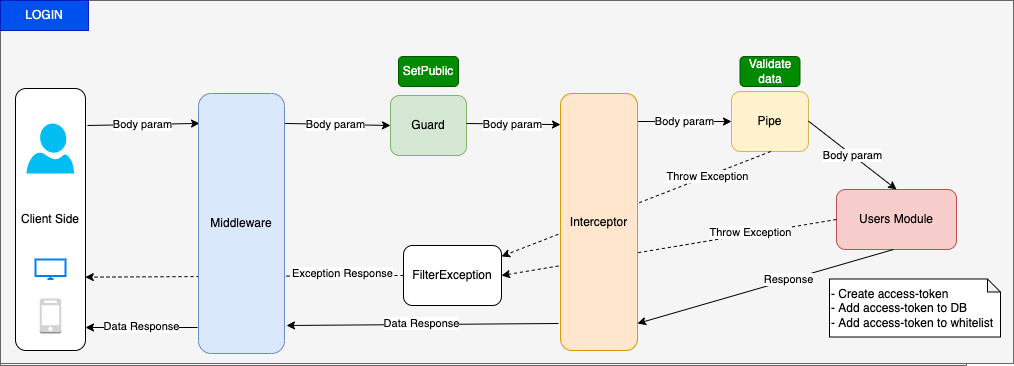
This is LoginFunction.drawio.png from vnbrew/quynd-car-rent-nestjs, a draw.io export, as it was before one commit. Source tidied: cells renumbered, new cells last; positions are measured from the earlier drawing's top-left corner, leaving out a move shared by most shapes. Source of this version:
```xml
<mxGraphModel shadow="1">
  <root>
    <mxCell id="0" />
    <mxCell id="1" parent="0" />
    <mxCell id="2" style="edgeStyle=none;html=1;exitX=0.5;exitY=1;exitDx=0;exitDy=0;entryX=0.5;entryY=0;entryDx=0;entryDy=0;rounded=1;strokeColor=#FF9999;" parent="1" edge="1">
      <mxGeometry relative="1" as="geometry">
        <mxPoint x="191" as="targetPoint" />
      </mxGeometry>
    </mxCell>
    <mxCell id="3" style="whiteSpace=wrap;html=1;align=center;newEdgeStyle={&quot;edgeStyle&quot;:&quot;elbowEdgeStyle&quot;,&quot;startArrow&quot;:&quot;none&quot;,&quot;endArrow&quot;:&quot;none&quot;};fillColor=#f5f5f5;fontColor=#333333;strokeColor=#666666;" parent="1" vertex="1">
      <mxGeometry y="78" width="966" height="288" as="geometry" />
    </mxCell>
    <mxCell id="4" value="Client Side" style="rounded=1;whiteSpace=wrap;html=1;" parent="1" vertex="1">
      <mxGeometry x="15" y="89" width="70" height="262" as="geometry" />
    </mxCell>
    <mxCell id="5" value="Request" style="endArrow=classic;html=1;rounded=0;entryX=0;entryY=0.5;entryDx=0;entryDy=0;" parent="1" edge="1" target="6">
      <mxGeometry x="-0.04" y="12" relative="1" as="geometry">
        <mxPoint x="87" y="126" as="sourcePoint" />
      </mxGeometry>
    </mxCell>
    <mxCell id="6" value="Middleware" style="rounded=1;whiteSpace=wrap;html=1;fillColor=#dae8fc;strokeColor=#6c8ebf;" parent="1" vertex="1">
      <mxGeometry x="210" y="96" width="86" height="60" as="geometry" />
    </mxCell>
    <mxCell id="7" value="Guard" style="rounded=1;whiteSpace=wrap;html=1;fillColor=#d5e8d4;strokeColor=#82b366;" parent="1" vertex="1">
      <mxGeometry x="390" y="96" width="76" height="60" as="geometry" />
    </mxCell>
    <mxCell id="8" value="Request" style="endArrow=classic;html=1;rounded=0;exitX=1;exitY=0.5;exitDx=0;exitDy=0;entryX=0;entryY=0.5;entryDx=0;entryDy=0;" parent="1" edge="1" source="6" target="7">
      <mxGeometry x="-0.06" y="17" relative="1" as="geometry">
        <mxPoint y="1" as="offset" />
      </mxGeometry>
    </mxCell>
    <mxCell id="9" value="Interceptor" style="rounded=1;whiteSpace=wrap;html=1;fillColor=#ffe6cc;strokeColor=#d79b00;" parent="1" vertex="1">
      <mxGeometry x="560" y="94" width="77" height="60" as="geometry" />
    </mxCell>
    <mxCell id="10" value="Request" style="endArrow=classic;html=1;rounded=0;exitX=1;exitY=0.5;exitDx=0;exitDy=0;entryX=0;entryY=0.5;entryDx=0;entryDy=0;" parent="1" edge="1" target="9">
      <mxGeometry x="-0.06" y="17" relative="1" as="geometry">
        <mxPoint x="466" y="124" as="sourcePoint" />
        <mxPoint y="1" as="offset" />
      </mxGeometry>
    </mxCell>
    <mxCell id="11" value="Pipe" style="rounded=1;whiteSpace=wrap;html=1;fillColor=#fff2cc;strokeColor=#d6b656;" parent="1" vertex="1">
      <mxGeometry x="731" y="92" width="77" height="60" as="geometry" />
    </mxCell>
    <mxCell id="12" value="Request" style="endArrow=classic;html=1;rounded=0;exitX=1;exitY=0.5;exitDx=0;exitDy=0;entryX=0;entryY=0.5;entryDx=0;entryDy=0;" parent="1" edge="1" target="11">
      <mxGeometry x="-0.06" y="17" relative="1" as="geometry">
        <mxPoint x="637" y="122" as="sourcePoint" />
        <mxPoint y="1" as="offset" />
      </mxGeometry>
    </mxCell>
    <mxCell id="13" value="Module" style="rounded=1;whiteSpace=wrap;html=1;fillColor=#f8cecc;strokeColor=#b85450;" parent="1" vertex="1">
      <mxGeometry x="836" y="190" width="120" height="60" as="geometry" />
    </mxCell>
    <mxCell id="14" value="Interceptor" style="rounded=1;whiteSpace=wrap;html=1;fillColor=#ffe6cc;strokeColor=#d79b00;" parent="1" vertex="1">
      <mxGeometry x="558" y="294" width="79" height="60" as="geometry" />
    </mxCell>
    <mxCell id="15" value="Request" style="endArrow=classic;html=1;rounded=0;exitX=1;exitY=0.5;exitDx=0;exitDy=0;entryX=0.5;entryY=0;entryDx=0;entryDy=0;" parent="1" edge="1" target="13">
      <mxGeometry x="0.59" y="33" relative="1" as="geometry">
        <mxPoint x="808" y="121.6" as="sourcePoint" />
      </mxGeometry>
    </mxCell>
    <mxCell id="16" value="Response" style="endArrow=classic;html=1;rounded=0;exitX=1;exitY=0.5;exitDx=0;exitDy=0;entryX=1;entryY=0.5;entryDx=0;entryDy=0;" parent="1" edge="1" target="14">
      <mxGeometry x="-0.02" y="19" relative="1" as="geometry">
        <mxPoint x="893" y="250" as="sourcePoint" />
      </mxGeometry>
    </mxCell>
    <mxCell id="17" value="FilterException" style="rounded=1;whiteSpace=wrap;html=1;" parent="1" vertex="1">
      <mxGeometry x="445" y="246" width="98" height="60" as="geometry" />
    </mxCell>
    <mxCell id="18" value="Data Response" style="endArrow=classic;html=1;rounded=0;exitX=0;exitY=0.5;exitDx=0;exitDy=0;" parent="1" edge="1" source="14">
      <mxGeometry x="0.17" y="18" relative="1" as="geometry">
        <mxPoint x="86" y="324" as="targetPoint" />
      </mxGeometry>
    </mxCell>
    <mxCell id="19" value="Exception Response" style="endArrow=classic;html=1;rounded=0;dashed=1;exitX=0;exitY=0.5;exitDx=0;exitDy=0;entryX=0.997;entryY=0.72;entryDx=0;entryDy=0;entryPerimeter=0;" parent="1" edge="1" source="17" target="4">
      <mxGeometry x="0.16" y="-8" relative="1" as="geometry" />
    </mxCell>
    <mxCell id="20" value="Throw Exception" style="endArrow=classic;html=1;rounded=0;dashed=1;exitX=0.5;exitY=1;exitDx=0;exitDy=0;entryX=0;entryY=0;entryDx=0;entryDy=0;" parent="1" edge="1" source="6" target="17">
      <mxGeometry x="-0.23" y="-33" relative="1" as="geometry" />
    </mxCell>
    <mxCell id="21" value="Throw Exception" style="endArrow=classic;html=1;rounded=0;dashed=1;exitX=0.5;exitY=1;exitDx=0;exitDy=0;entryX=0.5;entryY=0;entryDx=0;entryDy=0;" parent="1" edge="1" source="7" target="17">
      <mxGeometry x="0.08" y="-16" relative="1" as="geometry" />
    </mxCell>
    <mxCell id="22" value="Throw Exception" style="endArrow=classic;html=1;rounded=0;dashed=1;exitX=0.5;exitY=1;exitDx=0;exitDy=0;" parent="1" edge="1" target="17">
      <mxGeometry x="0.08" y="-16" relative="1" as="geometry">
        <mxPoint x="599" y="154" as="sourcePoint" />
      </mxGeometry>
    </mxCell>
    <mxCell id="23" value="Throw Exception" style="endArrow=classic;html=1;rounded=0;dashed=1;exitX=0.5;exitY=1;exitDx=0;exitDy=0;" parent="1" edge="1" target="17">
      <mxGeometry x="-0.11" y="1" relative="1" as="geometry">
        <mxPoint x="770.2" y="152" as="sourcePoint" />
      </mxGeometry>
    </mxCell>
    <mxCell id="24" value="Throw Exception" style="endArrow=classic;html=1;rounded=0;dashed=1;exitX=0;exitY=0.5;exitDx=0;exitDy=0;entryX=1;entryY=0.5;entryDx=0;entryDy=0;" parent="1" edge="1" source="13" target="17">
      <mxGeometry x="-0.11" y="1" relative="1" as="geometry" />
    </mxCell>
    <mxCell id="25" style="verticalLabelPosition=bottom;html=1;verticalAlign=top;align=center;strokeColor=none;fillColor=#00BEF2;shape=mxgraph.azure.user;" parent="1" vertex="1">
      <mxGeometry x="26" y="124" width="47.5" height="50" as="geometry" />
    </mxCell>
    <mxCell id="26" style="html=1;verticalLabelPosition=bottom;align=center;labelBackgroundColor=#ffffff;verticalAlign=top;strokeWidth=2;strokeColor=#0080F0;shadow=0;dashed=0;shape=mxgraph.ios7.icons.monitor;" parent="1" vertex="1">
      <mxGeometry x="35" y="260" width="30" height="19.5" as="geometry" />
    </mxCell>
    <mxCell id="27" style="dashed=0;verticalLabelPosition=bottom;verticalAlign=top;align=center;html=1;shape=mxgraph.aws3.mobile_client;fillColor=#D2D3D3;gradientColor=none;" parent="1" vertex="1">
      <mxGeometry x="39.2" y="299" width="21.5" height="35" as="geometry" />
    </mxCell>
    <mxCell id="28" style="whiteSpace=wrap;html=1;align=center;newEdgeStyle={&quot;edgeStyle&quot;:&quot;elbowEdgeStyle&quot;,&quot;startArrow&quot;:&quot;none&quot;,&quot;endArrow&quot;:&quot;none&quot;};fillColor=#f5f5f5;fontColor=#333333;strokeColor=#666666;" parent="1" vertex="1">
      <mxGeometry y="1" width="1013" height="363" as="geometry" />
    </mxCell>
    <mxCell id="29" value="Client Side" style="rounded=1;whiteSpace=wrap;html=1;" parent="1" vertex="1">
      <mxGeometry x="15" y="89" width="70" height="262" as="geometry" />
    </mxCell>
    <mxCell id="30" value="Body param" style="endArrow=classic;html=1;rounded=0;entryX=0.012;entryY=0.115;entryDx=0;entryDy=0;entryPerimeter=0;" parent="1" edge="1" target="53">
      <mxGeometry x="-0.02" relative="1" as="geometry">
        <mxPoint x="87" y="126" as="sourcePoint" />
      </mxGeometry>
    </mxCell>
    <mxCell id="31" value="Guard" style="rounded=1;whiteSpace=wrap;html=1;fillColor=#d5e8d4;strokeColor=#82b366;" parent="1" vertex="1">
      <mxGeometry x="390" y="96" width="76" height="60" as="geometry" />
    </mxCell>
    <mxCell id="32" value="Body param" style="endArrow=classic;html=1;rounded=0;exitX=0.977;exitY=0.115;exitDx=0;exitDy=0;entryX=0;entryY=0.5;entryDx=0;entryDy=0;exitPerimeter=0;" parent="1" edge="1" source="53" target="31">
      <mxGeometry x="-0.02" relative="1" as="geometry" />
    </mxCell>
    <mxCell id="33" value="Body param" style="endArrow=classic;html=1;rounded=0;exitX=1;exitY=0.5;exitDx=0;exitDy=0;entryX=0;entryY=0.121;entryDx=0;entryDy=0;entryPerimeter=0;" parent="1" edge="1" target="51">
      <mxGeometry x="-0.02" relative="1" as="geometry">
        <mxPoint x="466" y="124" as="sourcePoint" />
      </mxGeometry>
    </mxCell>
    <mxCell id="34" value="Pipe" style="rounded=1;whiteSpace=wrap;html=1;fillColor=#fff2cc;strokeColor=#d6b656;" parent="1" vertex="1">
      <mxGeometry x="731" y="92" width="77" height="60" as="geometry" />
    </mxCell>
    <mxCell id="35" value="Body param" style="endArrow=classic;html=1;rounded=0;exitX=1;exitY=0.5;exitDx=0;exitDy=0;entryX=0;entryY=0.5;entryDx=0;entryDy=0;" parent="1" edge="1" target="34">
      <mxGeometry relative="1" as="geometry">
        <mxPoint x="637" y="122" as="sourcePoint" />
      </mxGeometry>
    </mxCell>
    <mxCell id="36" value="Users Module" style="rounded=1;whiteSpace=wrap;html=1;fillColor=#f8cecc;strokeColor=#b85450;" parent="1" vertex="1">
      <mxGeometry x="836" y="190" width="120" height="60" as="geometry" />
    </mxCell>
    <mxCell id="37" value="Body param" style="endArrow=classic;html=1;rounded=0;exitX=1;exitY=0.5;exitDx=0;exitDy=0;entryX=0.5;entryY=0;entryDx=0;entryDy=0;" parent="1" edge="1" target="36">
      <mxGeometry relative="1" as="geometry">
        <mxPoint x="808" y="121.6" as="sourcePoint" />
      </mxGeometry>
    </mxCell>
    <mxCell id="38" value="Response" style="endArrow=classic;html=1;rounded=0;exitX=1;exitY=0.5;exitDx=0;exitDy=0;entryX=1;entryY=0.5;entryDx=0;entryDy=0;" parent="1" edge="1">
      <mxGeometry x="-0.18" relative="1" as="geometry">
        <mxPoint x="893" y="250" as="sourcePoint" />
        <mxPoint x="637" y="324" as="targetPoint" />
      </mxGeometry>
    </mxCell>
    <mxCell id="39" value="FilterException" style="rounded=1;whiteSpace=wrap;html=1;" parent="1" vertex="1">
      <mxGeometry x="403" y="246" width="98" height="60" as="geometry" />
    </mxCell>
    <mxCell id="40" value="Data Response" style="endArrow=classic;html=1;rounded=0;exitX=0;exitY=0.5;exitDx=0;exitDy=0;" parent="1" edge="1">
      <mxGeometry x="0.01" y="-1" relative="1" as="geometry">
        <mxPoint x="558" y="324" as="sourcePoint" />
        <mxPoint x="286" y="326" as="targetPoint" />
      </mxGeometry>
    </mxCell>
    <mxCell id="41" value="Exception Response" style="endArrow=classic;html=1;rounded=0;dashed=1;exitX=0;exitY=0.5;exitDx=0;exitDy=0;entryX=0.997;entryY=0.72;entryDx=0;entryDy=0;entryPerimeter=0;" parent="1" edge="1" source="39" target="29">
      <mxGeometry x="-0.62" y="-2" relative="1" as="geometry" />
    </mxCell>
    <mxCell id="42" value="Throw Exception" style="endArrow=classic;html=1;rounded=0;dashed=1;exitX=0.5;exitY=1;exitDx=0;exitDy=0;" parent="1" edge="1" target="39">
      <mxGeometry x="-0.54" y="1" relative="1" as="geometry">
        <mxPoint x="770.2" y="152" as="sourcePoint" />
        <mxPoint x="-1" as="offset" />
      </mxGeometry>
    </mxCell>
    <mxCell id="43" value="Throw Exception" style="endArrow=classic;html=1;rounded=0;dashed=1;exitX=0;exitY=0.5;exitDx=0;exitDy=0;entryX=1;entryY=0.5;entryDx=0;entryDy=0;" parent="1" edge="1" source="36" target="39">
      <mxGeometry x="-0.49" y="-1" relative="1" as="geometry" />
    </mxCell>
    <mxCell id="44" style="verticalLabelPosition=bottom;html=1;verticalAlign=top;align=center;strokeColor=none;fillColor=#00BEF2;shape=mxgraph.azure.user;" parent="1" vertex="1">
      <mxGeometry x="26" y="124" width="47.5" height="50" as="geometry" />
    </mxCell>
    <mxCell id="45" style="html=1;verticalLabelPosition=bottom;align=center;labelBackgroundColor=#ffffff;verticalAlign=top;strokeWidth=2;strokeColor=#0080F0;shadow=0;dashed=0;shape=mxgraph.ios7.icons.monitor;" parent="1" vertex="1">
      <mxGeometry x="35" y="260" width="30" height="19.5" as="geometry" />
    </mxCell>
    <mxCell id="46" style="dashed=0;verticalLabelPosition=bottom;verticalAlign=top;align=center;html=1;shape=mxgraph.aws3.mobile_client;fillColor=#D2D3D3;gradientColor=none;" parent="1" vertex="1">
      <mxGeometry x="39.2" y="299" width="21.5" height="35" as="geometry" />
    </mxCell>
    <mxCell id="47" value="SetPublic" style="text;html=1;align=center;verticalAlign=middle;whiteSpace=wrap;rounded=1;fillColor=#008a00;fontColor=#ffffff;strokeColor=#005700;" parent="1" vertex="1">
      <mxGeometry x="398" y="57" width="60" height="30" as="geometry" />
    </mxCell>
    <mxCell id="48" value="LOGIN" style="text;html=1;strokeColor=#001DBC;fillColor=#0050ef;align=center;verticalAlign=middle;whiteSpace=wrap;rounded=0;fontColor=#ffffff;" parent="1" vertex="1">
      <mxGeometry y="1" width="88" height="30" as="geometry" />
    </mxCell>
    <mxCell id="49" value="Validate data" style="text;html=1;strokeColor=#005700;fillColor=#008a00;align=center;verticalAlign=middle;whiteSpace=wrap;rounded=1;fontColor=#ffffff;" parent="1" vertex="1">
      <mxGeometry x="739.5" y="57" width="60" height="30" as="geometry" />
    </mxCell>
    <mxCell id="50" value="- Create access-token&lt;br&gt;- Add access-token to DB&lt;br&gt;- Add access-token to whitelist" style="shape=note;whiteSpace=wrap;html=1;backgroundOutline=1;darkOpacity=0.05;align=left;size=13;" parent="1" vertex="1">
      <mxGeometry x="829" y="279.5" width="171" height="58" as="geometry" />
    </mxCell>
    <mxCell id="51" value="Interceptor" style="rounded=1;whiteSpace=wrap;html=1;fillColor=#ffe6cc;strokeColor=#d79b00;" parent="1" vertex="1">
      <mxGeometry x="560" y="94" width="77" height="257" as="geometry" />
    </mxCell>
    <mxCell id="52" value="Data Response" style="endArrow=classic;html=1;rounded=0;" parent="1" edge="1">
      <mxGeometry x="0.01" y="-1" relative="1" as="geometry">
        <mxPoint x="197" y="328" as="sourcePoint" />
        <mxPoint x="85" y="328" as="targetPoint" />
      </mxGeometry>
    </mxCell>
    <mxCell id="53" value="Middleware" style="rounded=1;whiteSpace=wrap;html=1;fillColor=#dae8fc;strokeColor=#6c8ebf;" parent="1" vertex="1">
      <mxGeometry x="198" y="94" width="86" height="260" as="geometry" />
    </mxCell>
  </root>
</mxGraphModel>
```
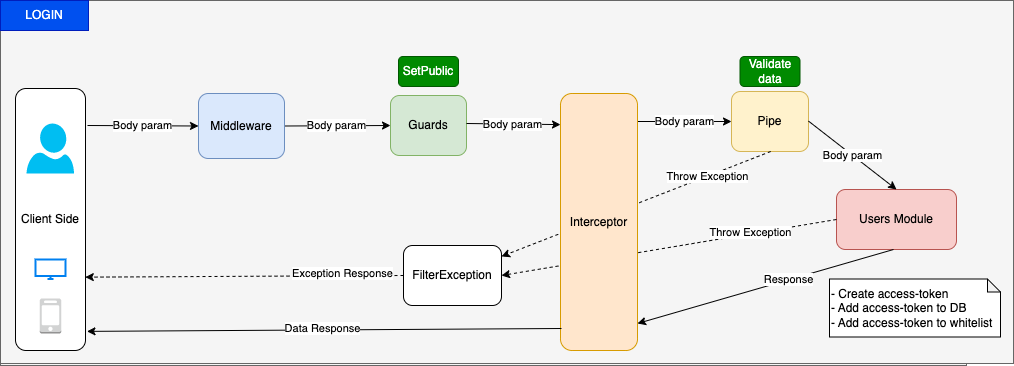
The same file after the commit.

Change to the diagram source:
```diff
@@ -108,15 +108,15 @@
     <mxCell id="29" value="Client Side" style="rounded=1;whiteSpace=wrap;html=1;" parent="1" vertex="1">
       <mxGeometry x="15" y="89" width="70" height="262" as="geometry" />
     </mxCell>
-    <mxCell id="30" value="Body param" style="endArrow=classic;html=1;rounded=0;entryX=0.012;entryY=0.115;entryDx=0;entryDy=0;entryPerimeter=0;" parent="1" edge="1" target="53">
+    <mxCell id="30" value="Body param" style="endArrow=classic;html=1;rounded=0;entryX=0;entryY=0.5;entryDx=0;entryDy=0;" parent="1" edge="1" target="53">
       <mxGeometry x="-0.02" relative="1" as="geometry">
         <mxPoint x="87" y="126" as="sourcePoint" />
       </mxGeometry>
     </mxCell>
-    <mxCell id="31" value="Guard" style="rounded=1;whiteSpace=wrap;html=1;fillColor=#d5e8d4;strokeColor=#82b366;" parent="1" vertex="1">
+    <mxCell id="31" value="Guards" style="rounded=1;whiteSpace=wrap;html=1;fillColor=#d5e8d4;strokeColor=#82b366;" parent="1" vertex="1">
       <mxGeometry x="390" y="96" width="76" height="60" as="geometry" />
     </mxCell>
-    <mxCell id="32" value="Body param" style="endArrow=classic;html=1;rounded=0;exitX=0.977;exitY=0.115;exitDx=0;exitDy=0;entryX=0;entryY=0.5;entryDx=0;entryDy=0;exitPerimeter=0;" parent="1" edge="1" source="53" target="31">
+    <mxCell id="32" value="Body param" style="endArrow=classic;html=1;rounded=0;exitX=1;exitY=0.5;exitDx=0;exitDy=0;entryX=0;entryY=0.5;entryDx=0;entryDy=0;" parent="1" edge="1" source="53" target="31">
       <mxGeometry x="-0.02" relative="1" as="geometry" />
     </mxCell>
     <mxCell id="33" value="Body param" style="endArrow=classic;html=1;rounded=0;exitX=1;exitY=0.5;exitDx=0;exitDy=0;entryX=0;entryY=0.121;entryDx=0;entryDy=0;entryPerimeter=0;" parent="1" edge="1" target="51">
@@ -149,12 +149,6 @@
     <mxCell id="39" value="FilterException" style="rounded=1;whiteSpace=wrap;html=1;" parent="1" vertex="1">
       <mxGeometry x="403" y="246" width="98" height="60" as="geometry" />
     </mxCell>
-    <mxCell id="40" value="Data Response" style="endArrow=classic;html=1;rounded=0;exitX=0;exitY=0.5;exitDx=0;exitDy=0;" parent="1" edge="1">
-      <mxGeometry x="0.01" y="-1" relative="1" as="geometry">
-        <mxPoint x="558" y="324" as="sourcePoint" />
-        <mxPoint x="286" y="326" as="targetPoint" />
-      </mxGeometry>
-    </mxCell>
     <mxCell id="41" value="Exception Response" style="endArrow=classic;html=1;rounded=0;dashed=1;exitX=0;exitY=0.5;exitDx=0;exitDy=0;entryX=0.997;entryY=0.72;entryDx=0;entryDy=0;entryPerimeter=0;" parent="1" edge="1" source="39" target="29">
       <mxGeometry x="-0.62" y="-2" relative="1" as="geometry" />
     </mxCell>
@@ -191,14 +185,13 @@
     <mxCell id="51" value="Interceptor" style="rounded=1;whiteSpace=wrap;html=1;fillColor=#ffe6cc;strokeColor=#d79b00;" parent="1" vertex="1">
       <mxGeometry x="560" y="94" width="77" height="257" as="geometry" />
     </mxCell>
-    <mxCell id="52" value="Data Response" style="endArrow=classic;html=1;rounded=0;" parent="1" edge="1">
+    <mxCell id="52" value="Data Response" style="endArrow=classic;html=1;rounded=0;entryX=1.021;entryY=0.927;entryDx=0;entryDy=0;entryPerimeter=0;" parent="1" edge="1" target="29">
       <mxGeometry x="0.01" y="-1" relative="1" as="geometry">
-        <mxPoint x="197" y="328" as="sourcePoint" />
-        <mxPoint x="85" y="328" as="targetPoint" />
+        <mxPoint x="561" y="329" as="sourcePoint" />
       </mxGeometry>
     </mxCell>
     <mxCell id="53" value="Middleware" style="rounded=1;whiteSpace=wrap;html=1;fillColor=#dae8fc;strokeColor=#6c8ebf;" parent="1" vertex="1">
-      <mxGeometry x="198" y="94" width="86" height="260" as="geometry" />
+      <mxGeometry x="198" y="94" width="86" height="65" as="geometry" />
     </mxCell>
   </root>
 </mxGraphModel>
```
